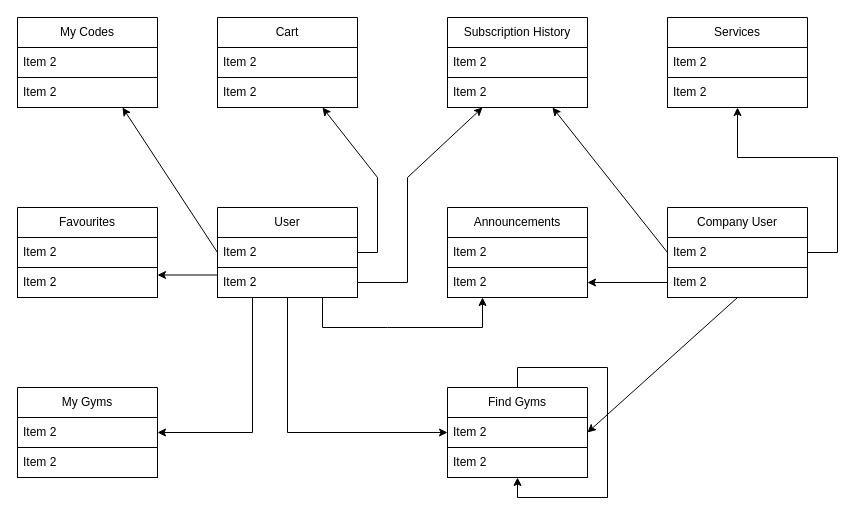
kitros03/ProjectTL keeps this draw.io diagram as domain_model.drawio. Above is the earlier version. Source tidied: cells renumbered, new cells numbered last; positions are measured from the earlier drawing's top-left corner, leaving out a move shared by most shapes. Both pictures are drawn from the tidied source at 100%, with x=0, y=0 at pixel (17, 17).
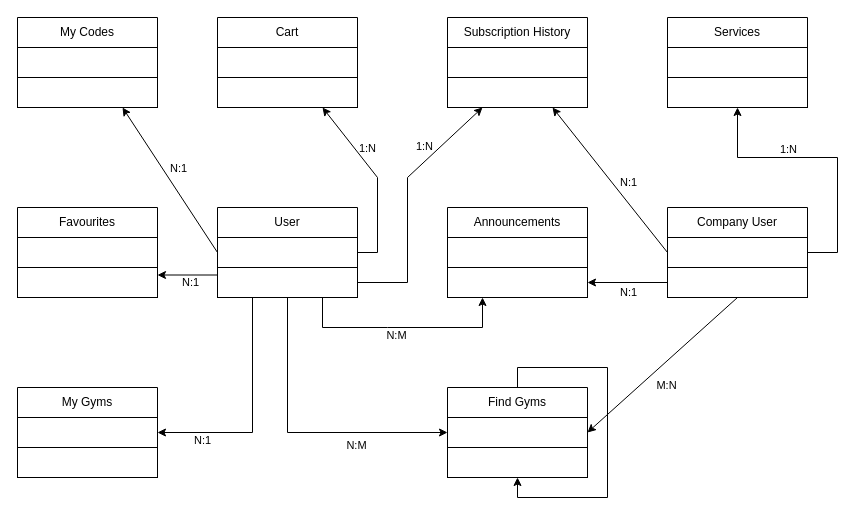
Above is the later version.

Unchanged cells that the change refers to:
```xml
<mxCell id="2" value="User" style="swimlane;fontStyle=0;horizontal=1;startSize=30;whiteSpace=wrap;html=1;strokeColor=light-dark(#000000,#000000);fillColor=light-dark(#FFFFFF,#FFFFFF);fontColor=light-dark(#000000,#000000);" parent="1" vertex="1">
  <mxGeometry x="200" y="190" width="140" height="90" as="geometry" />
</mxCell>
<mxCell id="5" value="Cart" style="swimlane;fontStyle=0;horizontal=1;startSize=30;whiteSpace=wrap;html=1;strokeColor=light-dark(#000000,#000000);fillColor=light-dark(#FFFFFF,#FFFFFF);fontColor=light-dark(#000000,#000000);" parent="1" vertex="1">
  <mxGeometry x="200" width="140" height="90" as="geometry" />
</mxCell>
<mxCell id="8" value="My Codes" style="swimlane;fontStyle=0;horizontal=1;startSize=30;whiteSpace=wrap;html=1;strokeColor=light-dark(#000000,#000000);fillColor=light-dark(#FFFFFF,#FFFFFF);fontColor=light-dark(#000000,#000000);" parent="1" vertex="1">
  <mxGeometry width="140" height="90" as="geometry" />
</mxCell>
<mxCell id="11" value="Favourites" style="swimlane;fontStyle=0;horizontal=1;startSize=30;whiteSpace=wrap;html=1;strokeColor=light-dark(#000000,#000000);fillColor=light-dark(#FFFFFF,#FFFFFF);fontColor=light-dark(#000000,#000000);" parent="1" vertex="1">
  <mxGeometry y="190" width="140" height="90" as="geometry" />
</mxCell>
<mxCell id="14" value="My Gyms" style="swimlane;fontStyle=0;horizontal=1;startSize=30;whiteSpace=wrap;html=1;strokeColor=light-dark(#000000,#000000);fillColor=light-dark(#FFFFFF,#FFFFFF);fontColor=light-dark(#000000,#000000);" parent="1" vertex="1">
  <mxGeometry y="370" width="140" height="90" as="geometry" />
</mxCell>
<mxCell id="17" value="Find Gyms" style="swimlane;fontStyle=0;horizontal=1;startSize=30;whiteSpace=wrap;html=1;strokeColor=light-dark(#000000,#000000);fillColor=light-dark(#FFFFFF,#FFFFFF);fontColor=light-dark(#000000,#000000);" parent="1" vertex="1">
  <mxGeometry x="430" y="370" width="140" height="90" as="geometry" />
</mxCell>
<mxCell id="20" value="Announcements" style="swimlane;fontStyle=0;horizontal=1;startSize=30;whiteSpace=wrap;html=1;strokeColor=light-dark(#000000,#000000);fillColor=light-dark(#FFFFFF,#FFFFFF);fontColor=light-dark(#000000,#000000);" parent="1" vertex="1">
  <mxGeometry x="430" y="190" width="140" height="90" as="geometry" />
</mxCell>
<mxCell id="23" value="Company User" style="swimlane;fontStyle=0;horizontal=1;startSize=30;whiteSpace=wrap;html=1;strokeColor=light-dark(#000000,#000000);fillColor=light-dark(#FFFFFF,#FFFFFF);fontColor=light-dark(#000000,#000000);" parent="1" vertex="1">
  <mxGeometry x="650" y="190" width="140" height="90" as="geometry" />
</mxCell>
<mxCell id="26" value="Subscription History" style="swimlane;fontStyle=0;horizontal=1;startSize=30;whiteSpace=wrap;html=1;strokeColor=light-dark(#000000,#000000);fillColor=light-dark(#FFFFFF,#FFFFFF);fontColor=light-dark(#000000,#000000);" parent="1" vertex="1">
  <mxGeometry x="430" width="140" height="90" as="geometry" />
</mxCell>
<mxCell id="29" value="Services" style="swimlane;fontStyle=0;horizontal=1;startSize=30;whiteSpace=wrap;html=1;strokeColor=light-dark(#000000,#000000);fillColor=light-dark(#FFFFFF,#FFFFFF);fontColor=light-dark(#000000,#000000);" parent="1" vertex="1">
  <mxGeometry x="650" width="140" height="90" as="geometry" />
</mxCell>
<mxCell id="38" style="endArrow=classic;html=1;rounded=0;strokeColor=light-dark(#000000,#000000);exitX=0;exitY=0.5;exitDx=0;exitDy=0;entryX=0.75;entryY=1;entryDx=0;entryDy=0;" parent="1" edge="1" source="2" target="8">
  <mxGeometry relative="1" as="geometry" />
</mxCell>
```

Diff of the diagram source:
```diff
@@
-    <mxCell id="3" value="Item 2" style="text;strokeColor=light-dark(#000000,#000000);fillColor=light-dark(#FFFFFF,#FFFFFF);align=left;verticalAlign=middle;spacingLeft=4;spacingRight=4;overflow=hidden;whiteSpace=wrap;html=1;fontColor=light-dark(#000000,#000000);" parent="2" vertex="1">
+    <mxCell id="3" style="text;strokeColor=light-dark(#000000,#000000);fillColor=light-dark(#FFFFFF,#FFFFFF);align=left;verticalAlign=middle;spacingLeft=4;spacingRight=4;overflow=hidden;whiteSpace=wrap;html=1;fontColor=light-dark(#000000,#000000);" parent="2" vertex="1">
       <mxGeometry y="30" width="140" height="30" as="geometry" />
     </mxCell>
-    <mxCell id="4" value="Item 2" style="text;strokeColor=light-dark(#000000,#000000);fillColor=light-dark(#FFFFFF,#FFFFFF);align=left;verticalAlign=middle;spacingLeft=4;spacingRight=4;overflow=hidden;points=[[0,0.5],[1,0.5]];portConstraint=eastwest;whiteSpace=wrap;html=1;fontColor=light-dark(#000000,#000000);" parent="2" vertex="1">
+    <mxCell id="4" style="text;strokeColor=light-dark(#000000,#000000);fillColor=light-dark(#FFFFFF,#FFFFFF);align=left;verticalAlign=middle;spacingLeft=4;spacingRight=4;overflow=hidden;points=[[0,0.5],[1,0.5]];portConstraint=eastwest;whiteSpace=wrap;html=1;fontColor=light-dark(#000000,#000000);" parent="2" vertex="1">
       <mxGeometry y="60" width="140" height="30" as="geometry" />
     </mxCell>
@@
-    <mxCell id="6" value="Item 2" style="text;strokeColor=light-dark(#000000,#000000);fillColor=light-dark(#FFFFFF,#FFFFFF);align=left;verticalAlign=middle;spacingLeft=4;spacingRight=4;overflow=hidden;whiteSpace=wrap;html=1;fontColor=light-dark(#000000,#000000);" parent="5" vertex="1">
+    <mxCell id="6" style="text;strokeColor=light-dark(#000000,#000000);fillColor=light-dark(#FFFFFF,#FFFFFF);align=left;verticalAlign=middle;spacingLeft=4;spacingRight=4;overflow=hidden;whiteSpace=wrap;html=1;fontColor=light-dark(#000000,#000000);" parent="5" vertex="1">
       <mxGeometry y="30" width="140" height="30" as="geometry" />
     </mxCell>
-    <mxCell id="7" value="Item 2" style="text;strokeColor=light-dark(#000000,#000000);fillColor=light-dark(#FFFFFF,#FFFFFF);align=left;verticalAlign=middle;spacingLeft=4;spacingRight=4;overflow=hidden;whiteSpace=wrap;html=1;fontColor=light-dark(#000000,#000000);" parent="5" vertex="1">
+    <mxCell id="7" style="text;strokeColor=light-dark(#000000,#000000);fillColor=light-dark(#FFFFFF,#FFFFFF);align=left;verticalAlign=middle;spacingLeft=4;spacingRight=4;overflow=hidden;whiteSpace=wrap;html=1;fontColor=light-dark(#000000,#000000);" parent="5" vertex="1">
       <mxGeometry y="60" width="140" height="30" as="geometry" />
     </mxCell>
@@
-    <mxCell id="9" value="Item 2" style="text;strokeColor=light-dark(#000000,#000000);fillColor=light-dark(#FFFFFF,#FFFFFF);align=left;verticalAlign=middle;spacingLeft=4;spacingRight=4;overflow=hidden;whiteSpace=wrap;html=1;fontColor=light-dark(#000000,#000000);" parent="8" vertex="1">
+    <mxCell id="9" style="text;strokeColor=light-dark(#000000,#000000);fillColor=light-dark(#FFFFFF,#FFFFFF);align=left;verticalAlign=middle;spacingLeft=4;spacingRight=4;overflow=hidden;whiteSpace=wrap;html=1;fontColor=light-dark(#000000,#000000);" parent="8" vertex="1">
       <mxGeometry y="30" width="140" height="30" as="geometry" />
     </mxCell>
-    <mxCell id="10" value="Item 2" style="text;strokeColor=light-dark(#000000,#000000);fillColor=light-dark(#FFFFFF,#FFFFFF);align=left;verticalAlign=middle;spacingLeft=4;spacingRight=4;overflow=hidden;whiteSpace=wrap;html=1;fontColor=light-dark(#000000,#000000);" parent="8" vertex="1">
+    <mxCell id="10" style="text;strokeColor=light-dark(#000000,#000000);fillColor=light-dark(#FFFFFF,#FFFFFF);align=left;verticalAlign=middle;spacingLeft=4;spacingRight=4;overflow=hidden;whiteSpace=wrap;html=1;fontColor=light-dark(#000000,#000000);" parent="8" vertex="1">
       <mxGeometry y="60" width="140" height="30" as="geometry" />
     </mxCell>
@@
-    <mxCell id="12" value="Item 2" style="text;strokeColor=light-dark(#000000,#000000);fillColor=light-dark(#FFFFFF,#FFFFFF);align=left;verticalAlign=middle;spacingLeft=4;spacingRight=4;overflow=hidden;whiteSpace=wrap;html=1;fontColor=light-dark(#000000,#000000);" parent="11" vertex="1">
+    <mxCell id="12" style="text;strokeColor=light-dark(#000000,#000000);fillColor=light-dark(#FFFFFF,#FFFFFF);align=left;verticalAlign=middle;spacingLeft=4;spacingRight=4;overflow=hidden;whiteSpace=wrap;html=1;fontColor=light-dark(#000000,#000000);" parent="11" vertex="1">
       <mxGeometry y="30" width="140" height="30" as="geometry" />
     </mxCell>
-    <mxCell id="13" value="Item 2" style="text;strokeColor=light-dark(#000000,#000000);fillColor=light-dark(#FFFFFF,#FFFFFF);align=left;verticalAlign=middle;spacingLeft=4;spacingRight=4;overflow=hidden;whiteSpace=wrap;html=1;fontColor=light-dark(#000000,#000000);" parent="11" vertex="1">
+    <mxCell id="13" style="text;strokeColor=light-dark(#000000,#000000);fillColor=light-dark(#FFFFFF,#FFFFFF);align=left;verticalAlign=middle;spacingLeft=4;spacingRight=4;overflow=hidden;whiteSpace=wrap;html=1;fontColor=light-dark(#000000,#000000);" parent="11" vertex="1">
       <mxGeometry y="60" width="140" height="30" as="geometry" />
     </mxCell>
@@
-    <mxCell id="15" value="Item 2" style="text;strokeColor=light-dark(#000000,#000000);fillColor=light-dark(#FFFFFF,#FFFFFF);align=left;verticalAlign=middle;spacingLeft=4;spacingRight=4;overflow=hidden;whiteSpace=wrap;html=1;fontColor=light-dark(#000000,#000000);" parent="14" vertex="1">
+    <mxCell id="15" style="text;strokeColor=light-dark(#000000,#000000);fillColor=light-dark(#FFFFFF,#FFFFFF);align=left;verticalAlign=middle;spacingLeft=4;spacingRight=4;overflow=hidden;whiteSpace=wrap;html=1;fontColor=light-dark(#000000,#000000);" parent="14" vertex="1">
       <mxGeometry y="30" width="140" height="30" as="geometry" />
     </mxCell>
-    <mxCell id="16" value="Item 2" style="text;strokeColor=light-dark(#000000,#000000);fillColor=light-dark(#FFFFFF,#FFFFFF);align=left;verticalAlign=middle;spacingLeft=4;spacingRight=4;overflow=hidden;whiteSpace=wrap;html=1;fontColor=light-dark(#000000,#000000);" parent="14" vertex="1">
+    <mxCell id="16" style="text;strokeColor=light-dark(#000000,#000000);fillColor=light-dark(#FFFFFF,#FFFFFF);align=left;verticalAlign=middle;spacingLeft=4;spacingRight=4;overflow=hidden;whiteSpace=wrap;html=1;fontColor=light-dark(#000000,#000000);" parent="14" vertex="1">
       <mxGeometry y="60" width="140" height="30" as="geometry" />
     </mxCell>
@@
-    <mxCell id="18" value="Item 2" style="text;strokeColor=light-dark(#000000,#000000);fillColor=light-dark(#FFFFFF,#FFFFFF);align=left;verticalAlign=middle;spacingLeft=4;spacingRight=4;overflow=hidden;points=[[0,0.5],[1,0.5]];portConstraint=eastwest;whiteSpace=wrap;html=1;fontColor=light-dark(#000000,#000000);" parent="17" vertex="1">
+    <mxCell id="18" style="text;strokeColor=light-dark(#000000,#000000);fillColor=light-dark(#FFFFFF,#FFFFFF);align=left;verticalAlign=middle;spacingLeft=4;spacingRight=4;overflow=hidden;points=[[0,0.5],[1,0.5]];portConstraint=eastwest;whiteSpace=wrap;html=1;fontColor=light-dark(#000000,#000000);" parent="17" vertex="1">
       <mxGeometry y="30" width="140" height="30" as="geometry" />
     </mxCell>
-    <mxCell id="19" value="Item 2" style="text;strokeColor=light-dark(#000000,#000000);fillColor=light-dark(#FFFFFF,#FFFFFF);align=left;verticalAlign=middle;spacingLeft=4;spacingRight=4;overflow=hidden;whiteSpace=wrap;html=1;fontColor=light-dark(#000000,#000000);" parent="17" vertex="1">
+    <mxCell id="19" style="text;strokeColor=light-dark(#000000,#000000);fillColor=light-dark(#FFFFFF,#FFFFFF);align=left;verticalAlign=middle;spacingLeft=4;spacingRight=4;overflow=hidden;whiteSpace=wrap;html=1;fontColor=light-dark(#000000,#000000);" parent="17" vertex="1">
       <mxGeometry y="60" width="140" height="30" as="geometry" />
     </mxCell>
@@
-    <mxCell id="21" value="Item 2" style="text;strokeColor=light-dark(#000000,#000000);fillColor=light-dark(#FFFFFF,#FFFFFF);align=left;verticalAlign=middle;spacingLeft=4;spacingRight=4;overflow=hidden;whiteSpace=wrap;html=1;fontColor=light-dark(#000000,#000000);" parent="20" vertex="1">
+    <mxCell id="21" style="text;strokeColor=light-dark(#000000,#000000);fillColor=light-dark(#FFFFFF,#FFFFFF);align=left;verticalAlign=middle;spacingLeft=4;spacingRight=4;overflow=hidden;whiteSpace=wrap;html=1;fontColor=light-dark(#000000,#000000);" parent="20" vertex="1">
       <mxGeometry y="30" width="140" height="30" as="geometry" />
     </mxCell>
-    <mxCell id="22" value="Item 2" style="text;strokeColor=light-dark(#000000,#000000);fillColor=light-dark(#FFFFFF,#FFFFFF);align=left;verticalAlign=middle;spacingLeft=4;spacingRight=4;overflow=hidden;points=[[0,0.5],[1,0.5]];portConstraint=eastwest;whiteSpace=wrap;html=1;fontColor=light-dark(#000000,#000000);" parent="20" vertex="1">
+    <mxCell id="22" style="text;strokeColor=light-dark(#000000,#000000);fillColor=light-dark(#FFFFFF,#FFFFFF);align=left;verticalAlign=middle;spacingLeft=4;spacingRight=4;overflow=hidden;points=[[0,0.5],[1,0.5]];portConstraint=eastwest;whiteSpace=wrap;html=1;fontColor=light-dark(#000000,#000000);" parent="20" vertex="1">
       <mxGeometry y="60" width="140" height="30" as="geometry" />
     </mxCell>
@@
-    <mxCell id="24" value="Item 2" style="text;strokeColor=light-dark(#000000,#000000);fillColor=light-dark(#FFFFFF,#FFFFFF);align=left;verticalAlign=middle;spacingLeft=4;spacingRight=4;overflow=hidden;points=[[0,0.5],[1,0.5]];portConstraint=eastwest;whiteSpace=wrap;html=1;fontColor=light-dark(#000000,#000000);" parent="23" vertex="1">
+    <mxCell id="24" style="text;strokeColor=light-dark(#000000,#000000);fillColor=light-dark(#FFFFFF,#FFFFFF);align=left;verticalAlign=middle;spacingLeft=4;spacingRight=4;overflow=hidden;points=[[0,0.5],[1,0.5]];portConstraint=eastwest;whiteSpace=wrap;html=1;fontColor=light-dark(#000000,#000000);" parent="23" vertex="1">
       <mxGeometry y="30" width="140" height="30" as="geometry" />
     </mxCell>
-    <mxCell id="25" value="Item 2" style="text;strokeColor=light-dark(#000000,#000000);fillColor=light-dark(#FFFFFF,#FFFFFF);align=left;verticalAlign=middle;spacingLeft=4;spacingRight=4;overflow=hidden;points=[[0,0.5],[1,0.5]];portConstraint=eastwest;whiteSpace=wrap;html=1;fontColor=light-dark(#000000,#000000);" parent="23" vertex="1">
+    <mxCell id="25" style="text;strokeColor=light-dark(#000000,#000000);fillColor=light-dark(#FFFFFF,#FFFFFF);align=left;verticalAlign=middle;spacingLeft=4;spacingRight=4;overflow=hidden;points=[[0,0.5],[1,0.5]];portConstraint=eastwest;whiteSpace=wrap;html=1;fontColor=light-dark(#000000,#000000);" parent="23" vertex="1">
       <mxGeometry y="60" width="140" height="30" as="geometry" />
     </mxCell>
@@
-    <mxCell id="27" value="Item 2" style="text;strokeColor=light-dark(#000000,#000000);fillColor=light-dark(#FFFFFF,#FFFFFF);align=left;verticalAlign=middle;spacingLeft=4;spacingRight=4;overflow=hidden;whiteSpace=wrap;html=1;fontColor=light-dark(#000000,#000000);" parent="26" vertex="1">
+    <mxCell id="27" style="text;strokeColor=light-dark(#000000,#000000);fillColor=light-dark(#FFFFFF,#FFFFFF);align=left;verticalAlign=middle;spacingLeft=4;spacingRight=4;overflow=hidden;whiteSpace=wrap;html=1;fontColor=light-dark(#000000,#000000);" parent="26" vertex="1">
       <mxGeometry y="30" width="140" height="30" as="geometry" />
     </mxCell>
-    <mxCell id="28" value="Item 2" style="text;strokeColor=light-dark(#000000,#000000);fillColor=light-dark(#FFFFFF,#FFFFFF);align=left;verticalAlign=middle;spacingLeft=4;spacingRight=4;overflow=hidden;whiteSpace=wrap;html=1;fontColor=light-dark(#000000,#000000);" parent="26" vertex="1">
+    <mxCell id="28" style="text;strokeColor=light-dark(#000000,#000000);fillColor=light-dark(#FFFFFF,#FFFFFF);align=left;verticalAlign=middle;spacingLeft=4;spacingRight=4;overflow=hidden;whiteSpace=wrap;html=1;fontColor=light-dark(#000000,#000000);" parent="26" vertex="1">
       <mxGeometry y="60" width="140" height="30" as="geometry" />
     </mxCell>
@@
-    <mxCell id="30" value="Item 2" style="text;strokeColor=light-dark(#000000,#000000);fillColor=light-dark(#FFFFFF,#FFFFFF);align=left;verticalAlign=middle;spacingLeft=4;spacingRight=4;overflow=hidden;whiteSpace=wrap;html=1;fontColor=light-dark(#000000,#000000);" parent="29" vertex="1">
+    <mxCell id="30" style="text;strokeColor=light-dark(#000000,#000000);fillColor=light-dark(#FFFFFF,#FFFFFF);align=left;verticalAlign=middle;spacingLeft=4;spacingRight=4;overflow=hidden;whiteSpace=wrap;html=1;fontColor=light-dark(#000000,#000000);" parent="29" vertex="1">
       <mxGeometry y="30" width="140" height="30" as="geometry" />
     </mxCell>
-    <mxCell id="31" value="Item 2" style="text;strokeColor=light-dark(#000000,#000000);fillColor=light-dark(#FFFFFF,#FFFFFF);align=left;verticalAlign=middle;spacingLeft=4;spacingRight=4;overflow=hidden;whiteSpace=wrap;html=1;fontColor=light-dark(#000000,#000000);" parent="29" vertex="1">
+    <mxCell id="31" style="text;strokeColor=light-dark(#000000,#000000);fillColor=light-dark(#FFFFFF,#FFFFFF);align=left;verticalAlign=middle;spacingLeft=4;spacingRight=4;overflow=hidden;whiteSpace=wrap;html=1;fontColor=light-dark(#000000,#000000);" parent="29" vertex="1">
       <mxGeometry y="60" width="140" height="30" as="geometry" />
     </mxCell>
@@
+    <mxCell id="44" value="N:1" style="edgeLabel;html=1;align=center;verticalAlign=middle;labelBackgroundColor=none;fontColor=light-dark(#000000,#000000);" parent="38" vertex="1">
+      <mxGeometry x="0.18" y="1" relative="1" as="geometry">
+        <mxPoint x="17" as="offset" />
+      </mxGeometry>
+    </mxCell>
@@
+    <mxCell id="45" value="N:1" style="edgeLabel;html=1;align=center;verticalAlign=middle;labelBackgroundColor=none;fontColor=light-dark(#000000,#000000);" parent="1" vertex="1">
+      <mxGeometry x="170.3" y="160.2" as="geometry">
+        <mxPoint x="2" y="104" as="offset" />
+      </mxGeometry>
+    </mxCell>
+    <mxCell id="46" value="N:1" style="edgeLabel;html=1;align=center;verticalAlign=middle;labelBackgroundColor=none;fontColor=light-dark(#000000,#000000);" parent="1" vertex="1">
+      <mxGeometry x="182.3" y="175.2" as="geometry">
+        <mxPoint x="2" y="247" as="offset" />
+      </mxGeometry>
+    </mxCell>
+    <mxCell id="47" value="1:N" style="edgeLabel;html=1;align=center;verticalAlign=middle;labelBackgroundColor=none;fontColor=light-dark(#000000,#000000);" parent="1" vertex="1">
+      <mxGeometry x="182.3" y="190" as="geometry">
+        <mxPoint x="167" y="-60" as="offset" />
+      </mxGeometry>
+    </mxCell>
+    <mxCell id="48" value="1:N" style="edgeLabel;html=1;align=center;verticalAlign=middle;labelBackgroundColor=none;fontColor=light-dark(#000000,#000000);" parent="1" vertex="1">
+      <mxGeometry x="196.3" y="184.2" as="geometry">
+        <mxPoint x="210" y="-56" as="offset" />
+      </mxGeometry>
+    </mxCell>
+    <mxCell id="49" value="N:M" style="edgeLabel;html=1;align=center;verticalAlign=middle;labelBackgroundColor=none;fontColor=light-dark(#000000,#000000);" parent="1" vertex="1">
+      <mxGeometry x="210.3" y="200.2" as="geometry">
+        <mxPoint x="168" y="117" as="offset" />
+      </mxGeometry>
+    </mxCell>
+    <mxCell id="50" value="N:M" style="edgeLabel;html=1;align=center;verticalAlign=middle;labelBackgroundColor=none;fontColor=light-dark(#000000,#000000);" parent="1" vertex="1">
+      <mxGeometry x="170.3" y="310" as="geometry">
+        <mxPoint x="168" y="117" as="offset" />
+      </mxGeometry>
+    </mxCell>
+    <mxCell id="51" value="M:N" style="edgeLabel;html=1;align=center;verticalAlign=middle;labelBackgroundColor=none;fontColor=light-dark(#000000,#000000);" parent="1" vertex="1">
+      <mxGeometry x="480" y="250" as="geometry">
+        <mxPoint x="168" y="117" as="offset" />
+      </mxGeometry>
+    </mxCell>
+    <mxCell id="52" value="1:N" style="edgeLabel;html=1;align=center;verticalAlign=middle;labelBackgroundColor=none;fontColor=light-dark(#000000,#000000);" parent="1" vertex="1">
+      <mxGeometry x="560" y="187" as="geometry">
+        <mxPoint x="210" y="-56" as="offset" />
+      </mxGeometry>
+    </mxCell>
+    <mxCell id="53" value="N:1" style="edgeLabel;html=1;align=center;verticalAlign=middle;labelBackgroundColor=none;fontColor=light-dark(#000000,#000000);" parent="1" vertex="1">
+      <mxGeometry x="400" y="220" as="geometry">
+        <mxPoint x="210" y="-56" as="offset" />
+      </mxGeometry>
+    </mxCell>
+    <mxCell id="54" value="N:1" style="edgeLabel;html=1;align=center;verticalAlign=middle;labelBackgroundColor=none;fontColor=light-dark(#000000,#000000);" parent="1" vertex="1">
+      <mxGeometry x="400" y="330" as="geometry">
+        <mxPoint x="210" y="-56" as="offset" />
+      </mxGeometry>
+    </mxCell>
```
